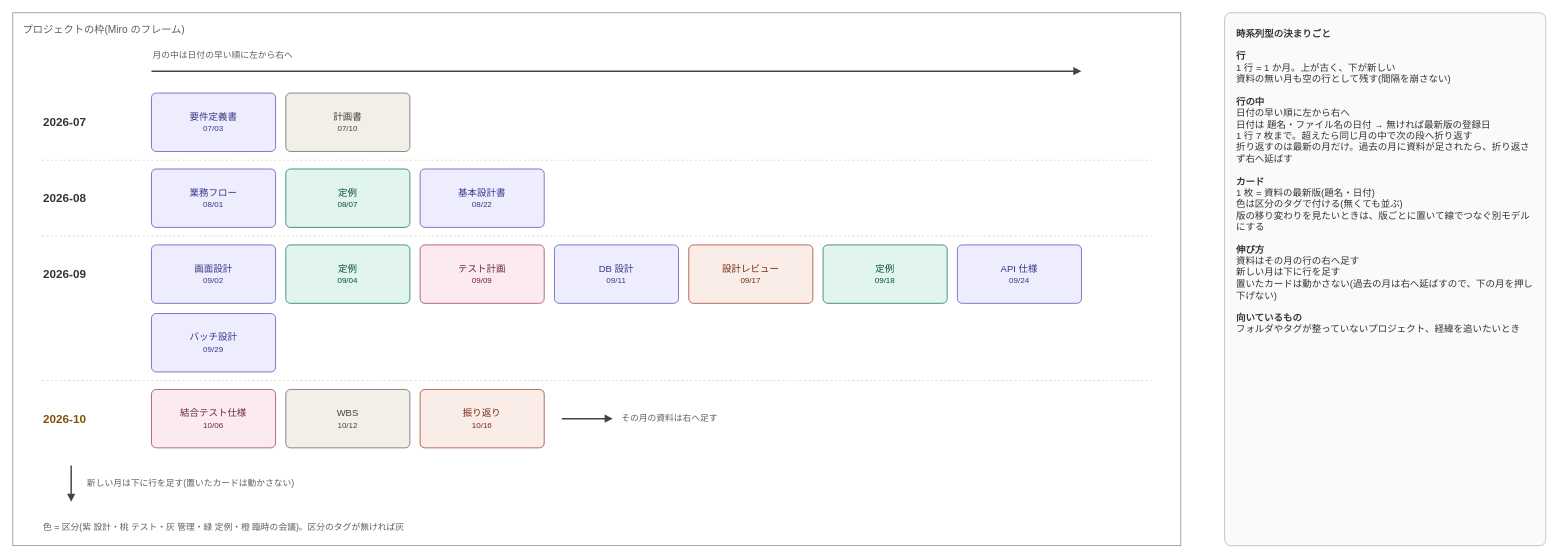
This is page "採用: 時系列型" (2 of 12) of docs/miro-layouts/miro-layouts.drawio from EARCE9000/document-manager, a draw.io file, before an edit. Source tidied: cells renumbered, new cells numbered last; positions are measured from the earlier drawing's top-left corner, leaving out a move shared by most shapes. Both pictures are drawn from the tidied source at 73%, with x=0, y=0 at pixel (12, 12).
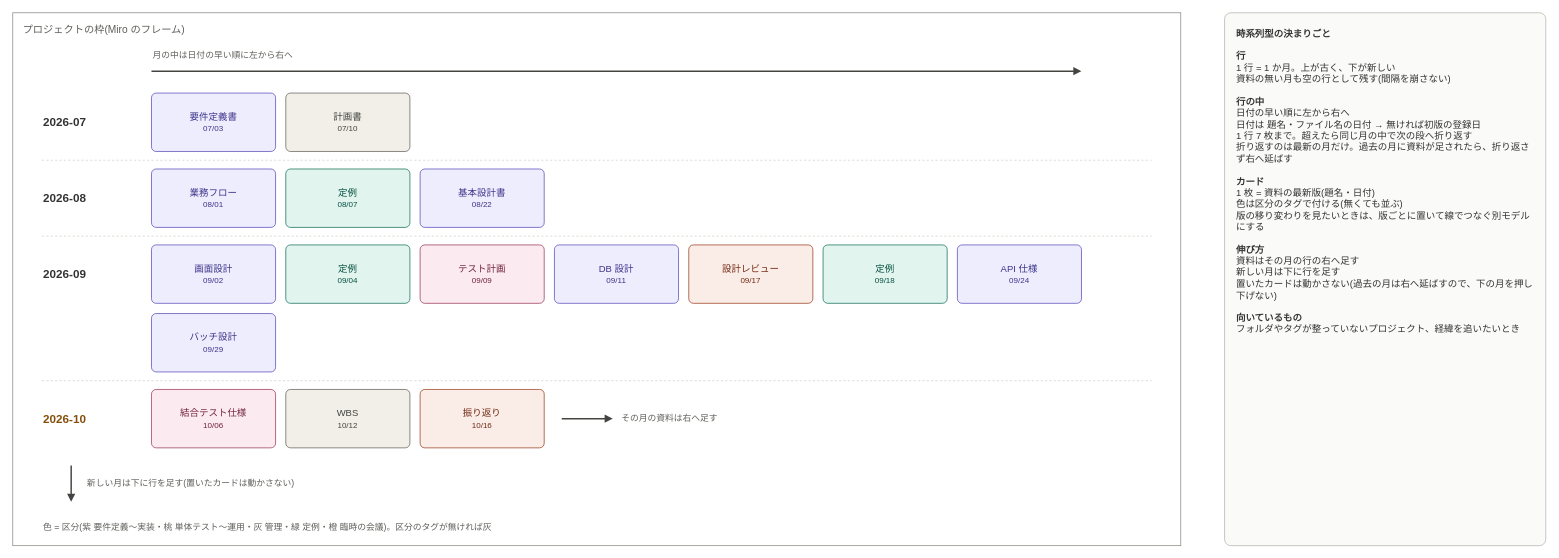
The same diagram, later.

What changed in the source:
```diff
@@
-    <mxCell id="32" value="色 = 区分(紫 設計・桃 テスト・灰 管理・緑 定例・橙 臨時の会議)。区分のタグが無ければ灰" style="text;html=1;align=left;verticalAlign=middle;whiteSpace=wrap;fontSize=12;fontStyle=0;fontColor=#5F5E5A;" parent="1" vertex="1">
+    <mxCell id="32" value="色 = 区分(紫 要件定義〜実装・桃 単体テスト〜運用・灰 管理・緑 定例・橙 臨時の会議)。区分のタグが無ければ灰" style="text;html=1;align=left;verticalAlign=middle;whiteSpace=wrap;fontSize=12;fontStyle=0;fontColor=#5F5E5A;" parent="1" vertex="1">
       <mxGeometry x="40" y="690" width="1000" height="30" as="geometry" />
     </mxCell>
-    <mxCell id="33" value="&lt;b&gt;時系列型の決まりごと&lt;/b&gt;&lt;br&gt;&lt;br&gt;&lt;b&gt;行&lt;/b&gt;&lt;br&gt;1 行 = 1 か月。上が古く、下が新しい&lt;br&gt;資料の無い月も空の行として残す(間隔を崩さない)&lt;br&gt;&lt;br&gt;&lt;b&gt;行の中&lt;/b&gt;&lt;br&gt;日付の早い順に左から右へ&lt;br&gt;日付は 題名・ファイル名の日付 → 無ければ最新版の登録日&lt;br&gt;1 行 7 枚まで。超えたら同じ月の中で次の段へ折り返す&lt;br&gt;折り返すのは最新の月だけ。過去の月に資料が足されたら、折り返さず右へ延ばす&lt;br&gt;&lt;br&gt;&lt;b&gt;カード&lt;/b&gt;&lt;br&gt;1 枚 = 資料の最新版(題名・日付)&lt;br&gt;色は区分のタグで付ける(無くても並ぶ)&lt;br&gt;版の移り変わりを見たいときは、版ごとに置いて線でつなぐ別モデルにする&lt;br&gt;&lt;br&gt;&lt;b&gt;伸び方&lt;/b&gt;&lt;br&gt;資料はその月の行の右へ足す&lt;br&gt;新しい月は下に行を足す&lt;br&gt;置いたカードは動かさない(過去の月は右へ延ばすので、下の月を押し下げない)&lt;br&gt;&lt;br&gt;&lt;b&gt;向いているもの&lt;/b&gt;&lt;br&gt;フォルダやタグが整っていないプロジェクト、経緯を追いたいとき" style="rounded=1;arcSize=2;whiteSpace=wrap;html=1;align=left;verticalAlign=top;spacing=16;fillColor=#FAFAF8;strokeColor=#B4B2A9;fontSize=13;fontColor=#333333;" parent="1" vertex="1">
+    <mxCell id="33" value="&lt;b&gt;時系列型の決まりごと&lt;/b&gt;&lt;br&gt;&lt;br&gt;&lt;b&gt;行&lt;/b&gt;&lt;br&gt;1 行 = 1 か月。上が古く、下が新しい&lt;br&gt;資料の無い月も空の行として残す(間隔を崩さない)&lt;br&gt;&lt;br&gt;&lt;b&gt;行の中&lt;/b&gt;&lt;br&gt;日付の早い順に左から右へ&lt;br&gt;日付は 題名・ファイル名の日付 → 無ければ初版の登録日&lt;br&gt;1 行 7 枚まで。超えたら同じ月の中で次の段へ折り返す&lt;br&gt;折り返すのは最新の月だけ。過去の月に資料が足されたら、折り返さず右へ延ばす&lt;br&gt;&lt;br&gt;&lt;b&gt;カード&lt;/b&gt;&lt;br&gt;1 枚 = 資料の最新版(題名・日付)&lt;br&gt;色は区分のタグで付ける(無くても並ぶ)&lt;br&gt;版の移り変わりを見たいときは、版ごとに置いて線でつなぐ別モデルにする&lt;br&gt;&lt;br&gt;&lt;b&gt;伸び方&lt;/b&gt;&lt;br&gt;資料はその月の行の右へ足す&lt;br&gt;新しい月は下に行を足す&lt;br&gt;置いたカードは動かさない(過去の月は右へ延ばすので、下の月を押し下げない)&lt;br&gt;&lt;br&gt;&lt;b&gt;向いているもの&lt;/b&gt;&lt;br&gt;フォルダやタグが整っていないプロジェクト、経緯を追いたいとき" style="rounded=1;arcSize=2;whiteSpace=wrap;html=1;align=left;verticalAlign=top;spacing=16;fillColor=#FAFAF8;strokeColor=#B4B2A9;fontSize=13;fontColor=#333333;" parent="1" vertex="1">
       <mxGeometry x="1660" width="440" height="730" as="geometry" />
     </mxCell>
```
